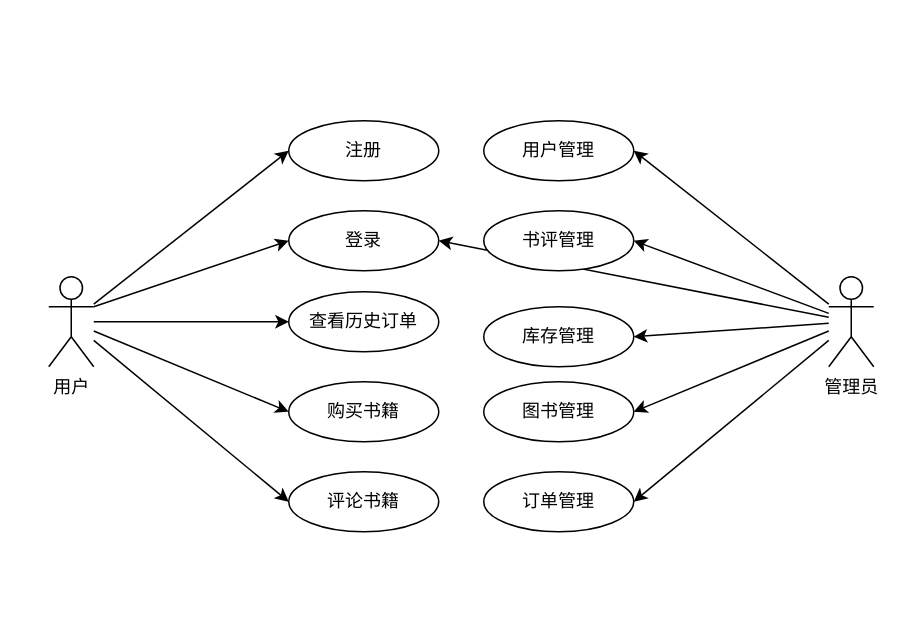
Earlier version of the draw.io diagram 系统用例图.drawio (chenxueqin1024/MyFirstRepository). Source tidied: cells renumbered, new cells numbered last; positions are measured from the earlier drawing's top-left corner, leaving out a move shared by most shapes. Both pictures are drawn from the tidied source at 150%, with x=0, y=0 at pixel (48, 36).
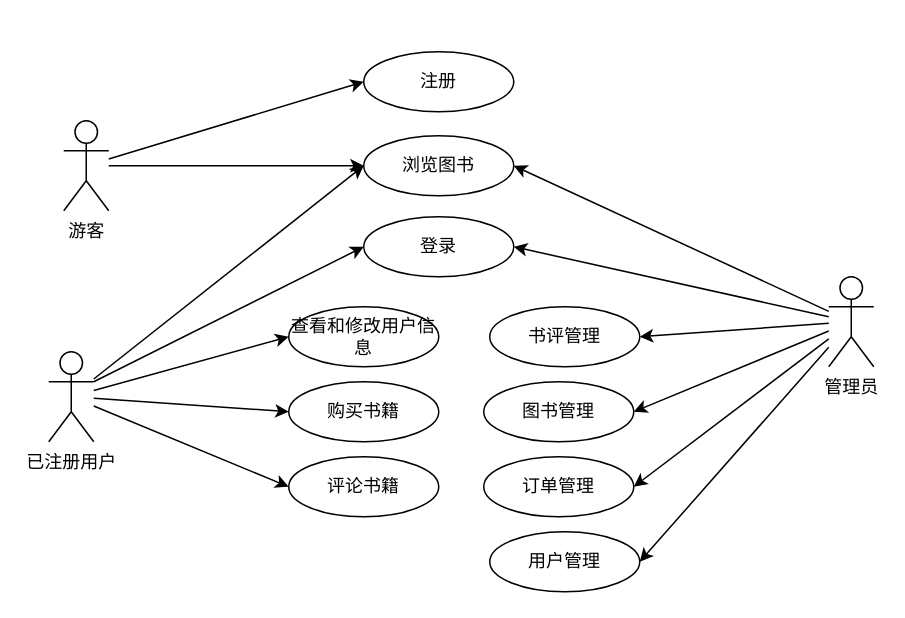
The same diagram, later.

Commit message:
系统用例图.drawio

The change refers to these unchanged cells:
```xml
<mxCell id="14" value="管理员" style="shape=umlActor;verticalLabelPosition=bottom;verticalAlign=top;html=1;outlineConnect=0;" parent="1" vertex="1">
  <mxGeometry x="520" y="160" width="30" height="60" as="geometry" />
</mxCell>
```

Change to the diagram source:
```diff
@@
-    <mxCell id="2" style="edgeStyle=none;rounded=0;jettySize=auto;html=1;entryX=0;entryY=0.5;entryDx=0;entryDy=0;" parent="1" edge="1" source="7" target="16">
-      <mxGeometry relative="1" as="geometry" />
-    </mxCell>
@@
-    <mxCell id="4" style="edgeStyle=none;rounded=0;jettySize=auto;html=1;entryX=0;entryY=0.5;entryDx=0;entryDy=0;" parent="1" edge="1" source="7" target="19">
-      <mxGeometry relative="1" as="geometry" />
-    </mxCell>
@@
+    <mxCell id="26" style="edgeStyle=none;rounded=0;jettySize=auto;html=1;entryX=0;entryY=0.5;entryDx=0;entryDy=0;" parent="1" edge="1" source="7" target="33">
+      <mxGeometry relative="1" as="geometry" />
+    </mxCell>
+    <mxCell id="27" style="edgeStyle=none;rounded=0;jettySize=auto;html=1;entryX=0;entryY=0.5;entryDx=0;entryDy=0;" parent="1" edge="1" source="7" target="32">
+      <mxGeometry relative="1" as="geometry" />
+    </mxCell>
-    <mxCell id="7" value="用户" style="shape=umlActor;verticalLabelPosition=bottom;verticalAlign=top;html=1;outlineConnect=0;" parent="1" vertex="1">
-      <mxGeometry y="160" width="30" height="60" as="geometry" />
+    <mxCell id="7" value="已注册用户" style="shape=umlActor;verticalLabelPosition=bottom;verticalAlign=top;html=1;outlineConnect=0;" parent="1" vertex="1">
+      <mxGeometry y="210" width="30" height="60" as="geometry" />
     </mxCell>
@@
-    <mxCell id="13" style="edgeStyle=none;rounded=0;jettySize=auto;html=1;entryX=1;entryY=0.5;entryDx=0;entryDy=0;" parent="1" edge="1" source="14" target="25">
-      <mxGeometry relative="1" as="geometry" />
-    </mxCell>
+    <mxCell id="28" style="edgeStyle=none;rounded=0;jettySize=auto;html=1;entryX=1;entryY=0.5;entryDx=0;entryDy=0;" parent="1" edge="1" source="14" target="32">
+      <mxGeometry relative="1" as="geometry" />
+    </mxCell>
@@
     <mxCell id="15" value="登录" style="ellipse;whiteSpace=wrap;html=1;" parent="1" vertex="1">
-      <mxGeometry x="160" y="116" width="100" height="40" as="geometry" />
+      <mxGeometry x="210" y="120" width="100" height="40" as="geometry" />
     </mxCell>
     <mxCell id="16" value="注册" style="ellipse;whiteSpace=wrap;html=1;" parent="1" vertex="1">
-      <mxGeometry x="160" y="56" width="100" height="40" as="geometry" />
+      <mxGeometry x="210" y="10" width="100" height="40" as="geometry" />
     </mxCell>
     <mxCell id="17" value="评论书籍" style="ellipse;whiteSpace=wrap;html=1;" parent="1" vertex="1">
-      <mxGeometry x="160" y="290" width="100" height="40" as="geometry" />
+      <mxGeometry x="160" y="280" width="100" height="40" as="geometry" />
     </mxCell>
@@
-    <mxCell id="19" value="查看历史订单" style="ellipse;whiteSpace=wrap;html=1;" parent="1" vertex="1">
-      <mxGeometry x="160" y="170" width="100" height="40" as="geometry" />
-    </mxCell>
@@
     <mxCell id="21" value="用户管理" style="ellipse;whiteSpace=wrap;html=1;" parent="1" vertex="1">
-      <mxGeometry x="290" y="56" width="100" height="40" as="geometry" />
+      <mxGeometry x="294" y="330" width="100" height="40" as="geometry" />
     </mxCell>
     <mxCell id="22" value="书评管理" style="ellipse;whiteSpace=wrap;html=1;" parent="1" vertex="1">
-      <mxGeometry x="290" y="116" width="100" height="40" as="geometry" />
+      <mxGeometry x="294" y="180" width="100" height="40" as="geometry" />
     </mxCell>
     <mxCell id="23" value="订单管理" style="ellipse;whiteSpace=wrap;html=1;" parent="1" vertex="1">
-      <mxGeometry x="290" y="290" width="100" height="40" as="geometry" />
+      <mxGeometry x="290" y="280" width="100" height="40" as="geometry" />
     </mxCell>
@@
-    <mxCell id="25" value="库存管理" style="ellipse;whiteSpace=wrap;html=1;" parent="1" vertex="1">
-      <mxGeometry x="290" y="180" width="100" height="40" as="geometry" />
-    </mxCell>
+    <mxCell id="29" style="rounded=0;jettySize=auto;html=1;entryX=0;entryY=0.5;entryDx=0;entryDy=0;" parent="1" edge="1" source="31" target="32">
+      <mxGeometry relative="1" as="geometry" />
+    </mxCell>
+    <mxCell id="30" style="edgeStyle=none;rounded=0;jettySize=auto;html=1;entryX=0;entryY=0.5;entryDx=0;entryDy=0;" parent="1" edge="1" source="31" target="16">
+      <mxGeometry relative="1" as="geometry" />
+    </mxCell>
+    <mxCell id="31" value="游客" style="shape=umlActor;verticalLabelPosition=bottom;verticalAlign=top;html=1;outlineConnect=0;" parent="1" vertex="1">
+      <mxGeometry x="10" y="56" width="30" height="60" as="geometry" />
+    </mxCell>
+    <mxCell id="32" value="浏览图书" style="ellipse;whiteSpace=wrap;html=1;" parent="1" vertex="1">
+      <mxGeometry x="210" y="66" width="100" height="40" as="geometry" />
+    </mxCell>
+    <mxCell id="33" value="查看和修改用户信息" style="ellipse;whiteSpace=wrap;html=1;" parent="1" vertex="1">
+      <mxGeometry x="160" y="180" width="100" height="40" as="geometry" />
+    </mxCell>
```
